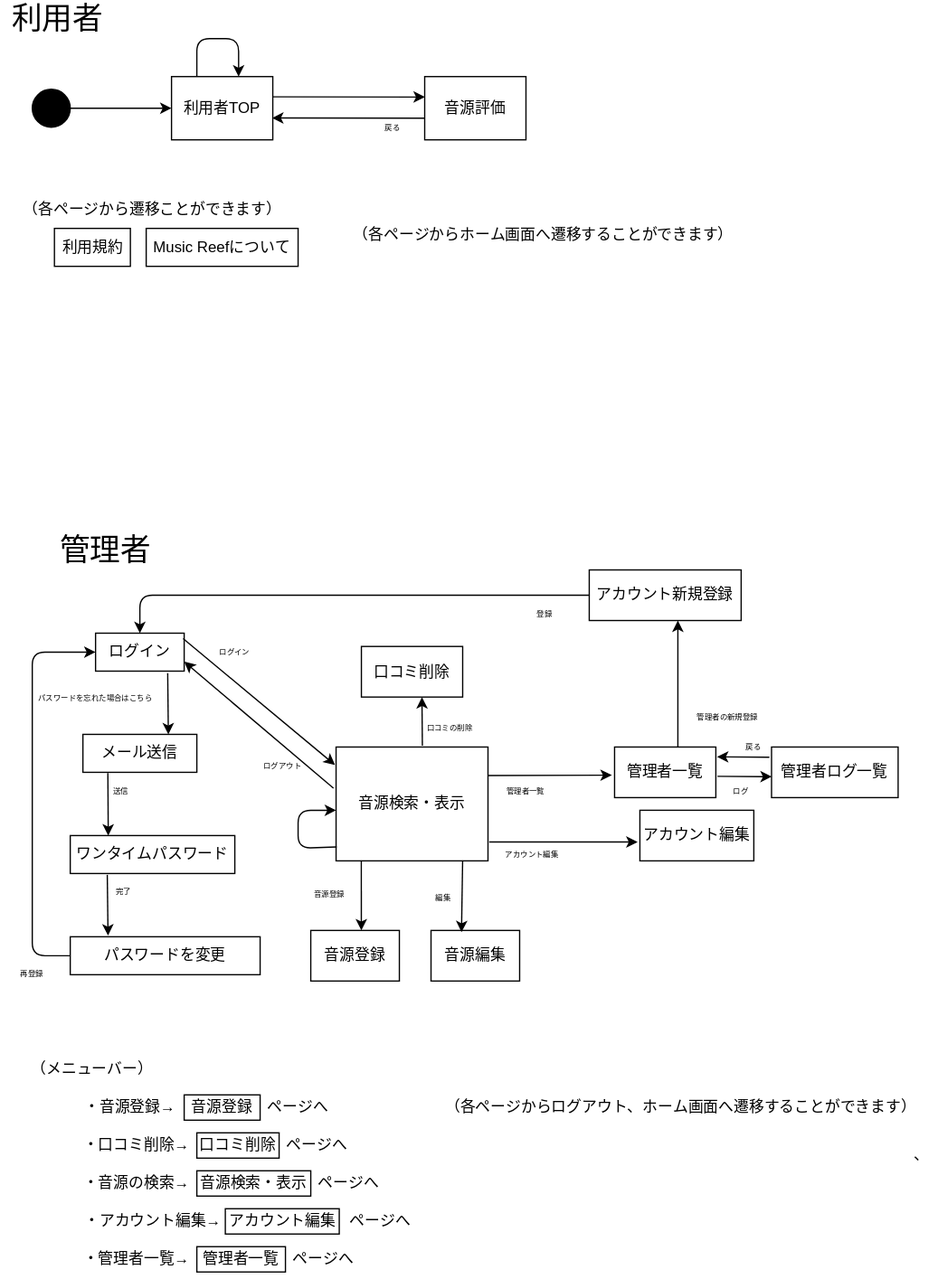
Before: ab.drawio.svg, a diagram exported from draw.io (IshiYoshi765/uml-introduction). Source tidied: cells renumbered, new cells last; positions are measured from the earlier drawing's top-left corner, leaving out a move shared by most shapes.
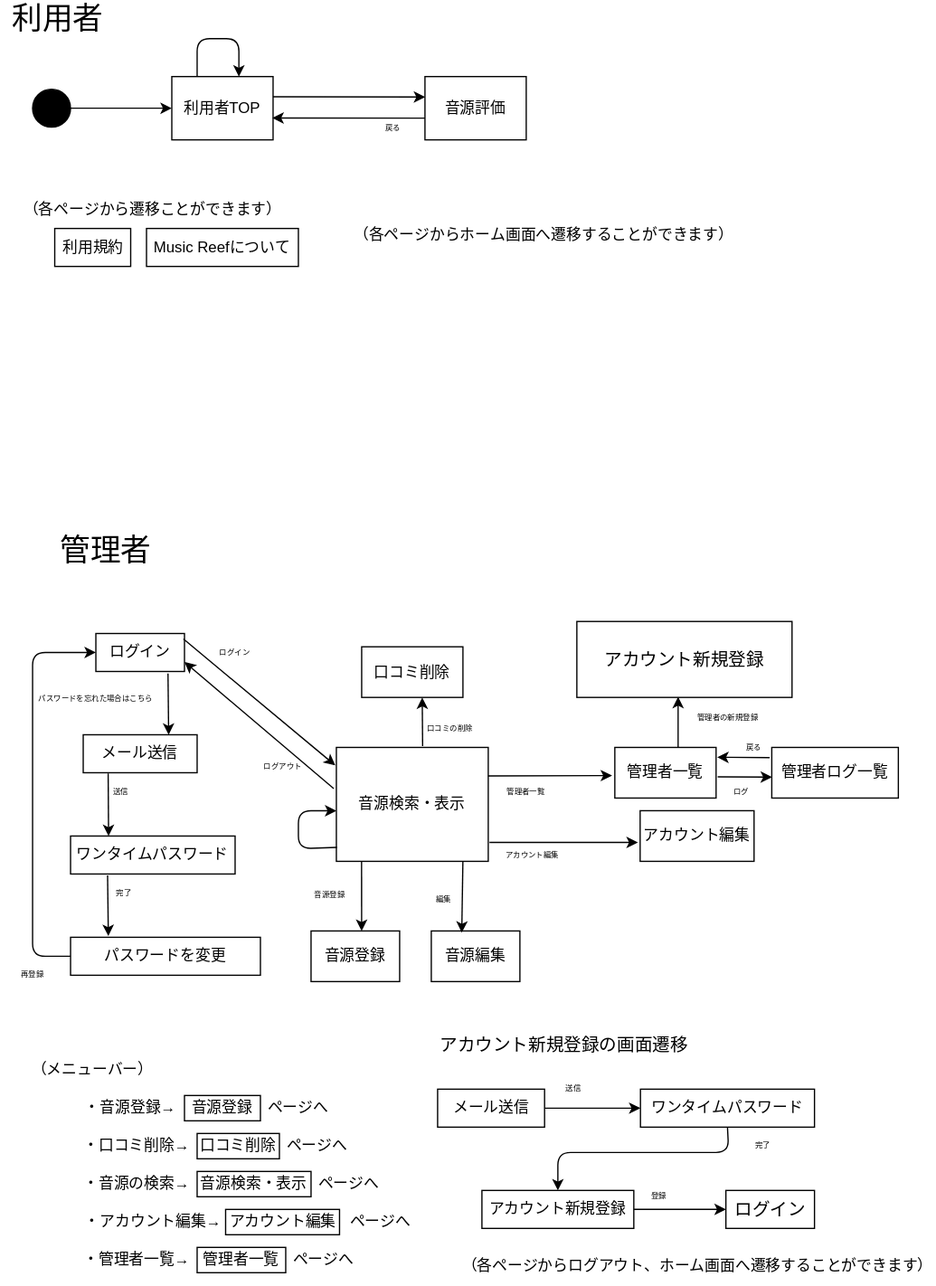
After the commit.

Commit message:
アカウント新規登録

Diff of the diagram source:
```diff
@@ -201,18 +201,12 @@
     <mxCell id="65" value="ページへ" style="text;html=1;strokeColor=none;fillColor=none;align=center;verticalAlign=middle;whiteSpace=wrap;rounded=0;fontSize=12;" parent="1" vertex="1">
       <mxGeometry x="225" y="985" width="60" height="20" as="geometry" />
     </mxCell>
-    <mxCell id="66" value="、" style="text;html=1;strokeColor=none;fillColor=none;align=center;verticalAlign=middle;whiteSpace=wrap;rounded=0;fontSize=12;" parent="1" vertex="1">
-      <mxGeometry x="715" y="900" width="25" height="25" as="geometry" />
-    </mxCell>
     <mxCell id="67" value="（各ページからログアウト、ホーム画面へ遷移することができます）" style="text;html=1;strokeColor=none;fillColor=none;align=center;verticalAlign=middle;whiteSpace=wrap;rounded=0;fontSize=12;" parent="1" vertex="1">
-      <mxGeometry x="350" y="860" width="375" height="30" as="geometry" />
+      <mxGeometry x="362.5" y="985" width="375" height="30" as="geometry" />
     </mxCell>
     <mxCell id="68" value="（各ページからホーム画面へ遷移することができます）" style="text;html=1;strokeColor=none;fillColor=none;align=center;verticalAlign=middle;whiteSpace=wrap;rounded=0;" parent="1" vertex="1">
       <mxGeometry x="263" y="170" width="332" height="30" as="geometry" />
     </mxCell>
-    <mxCell id="69" value="アカウント新規登録" style="rounded=0;whiteSpace=wrap;html=1;" parent="1" vertex="1">
-      <mxGeometry x="465" y="450" width="120" height="40" as="geometry" />
-    </mxCell>
     <mxCell id="70" style="endArrow=classic;html=1;exitX=1.008;exitY=0.834;exitDx=0;exitDy=0;exitPerimeter=0;entryX=-0.02;entryY=0.627;entryDx=0;entryDy=0;entryPerimeter=0;" parent="1" edge="1" source="11" target="14">
       <mxGeometry relative="1" as="geometry" />
     </mxCell>
@@ -222,19 +216,9 @@
     <mxCell id="72" style="endArrow=classic;html=1;fontSize=6;" parent="1" edge="1">
       <mxGeometry relative="1" as="geometry">
         <mxPoint x="535" y="590" as="sourcePoint" />
-        <mxPoint x="535" y="490" as="targetPoint" />
+        <mxPoint x="535" y="550" as="targetPoint" />
       </mxGeometry>
     </mxCell>
-    <mxCell id="73" style="endArrow=classic;html=1;fontSize=6;entryX=0.5;entryY=0;entryDx=0;entryDy=0;exitX=0;exitY=0.5;exitDx=0;exitDy=0;" parent="1" edge="1" source="69" target="10">
-      <mxGeometry relative="1" as="geometry">
-        <Array as="points">
-          <mxPoint x="110" y="470" />
-        </Array>
-      </mxGeometry>
-    </mxCell>
-    <mxCell id="74" value="登録" style="text;html=1;strokeColor=none;fillColor=none;align=center;verticalAlign=middle;whiteSpace=wrap;rounded=0;fontSize=6;" parent="1" vertex="1">
-      <mxGeometry x="400" y="470" width="60" height="30" as="geometry" />
-    </mxCell>
     <mxCell id="75" style="endArrow=classic;html=1;exitX=0.25;exitY=0;exitDx=0;exitDy=0;" parent="1" edge="1" source="2">
       <mxGeometry relative="1" as="geometry">
         <mxPoint x="188" y="60" as="targetPoint" />
@@ -252,5 +236,46 @@
         </Array>
       </mxGeometry>
     </mxCell>
+    <mxCell id="77" value="&lt;font style=&quot;font-size: 14px;&quot;&gt;アカウント新規登録の画面遷移&lt;/font&gt;" style="text;html=1;strokeColor=none;fillColor=none;align=center;verticalAlign=middle;whiteSpace=wrap;rounded=0;" parent="1" vertex="1">
+      <mxGeometry x="325" y="810" width="240" height="30" as="geometry" />
+    </mxCell>
+    <mxCell id="69" value="アカウント新規登録" style="rounded=0;whiteSpace=wrap;html=1;" parent="1" vertex="1">
+      <mxGeometry x="380" y="940" width="120" height="30" as="geometry" />
+    </mxCell>
+    <mxCell id="78" value="メール送信" style="rounded=0;whiteSpace=wrap;html=1;" parent="1" vertex="1">
+      <mxGeometry x="345" y="860" width="84.5" height="30" as="geometry" />
+    </mxCell>
+    <mxCell id="79" value="ワンタイムパスワード" style="rounded=0;whiteSpace=wrap;html=1;" parent="1" vertex="1">
+      <mxGeometry x="505.2" y="860" width="137.5" height="30" as="geometry" />
+    </mxCell>
+    <mxCell id="80" style="endArrow=classic;html=1;fontSize=14;exitX=1;exitY=0.5;exitDx=0;exitDy=0;entryX=0;entryY=0.5;entryDx=0;entryDy=0;" parent="1" edge="1" source="78" target="79">
+      <mxGeometry relative="1" as="geometry" />
+    </mxCell>
+    <mxCell id="81" style="endArrow=classic;html=1;fontSize=14;exitX=0.5;exitY=1;exitDx=0;exitDy=0;entryX=0.5;entryY=0;entryDx=0;entryDy=0;" parent="1" edge="1" source="79" target="69">
+      <mxGeometry relative="1" as="geometry">
+        <Array as="points">
+          <mxPoint x="575" y="910" />
+          <mxPoint x="440" y="910" />
+        </Array>
+      </mxGeometry>
+    </mxCell>
+    <mxCell id="82" style="endArrow=classic;html=1;fontSize=14;exitX=1;exitY=0.5;exitDx=0;exitDy=0;entryX=0;entryY=0.5;entryDx=0;entryDy=0;" parent="1" edge="1" source="69" target="83">
+      <mxGeometry relative="1" as="geometry" />
+    </mxCell>
+    <mxCell id="83" value="ログイン" style="rounded=0;whiteSpace=wrap;html=1;fontSize=14;" parent="1" vertex="1">
+      <mxGeometry x="572.8" y="940" width="70" height="30" as="geometry" />
+    </mxCell>
+    <mxCell id="84" value="送信" style="text;html=1;strokeColor=none;fillColor=none;align=center;verticalAlign=middle;whiteSpace=wrap;rounded=0;fontSize=6;" parent="1" vertex="1">
+      <mxGeometry x="440" y="855" width="25" height="10" as="geometry" />
+    </mxCell>
+    <mxCell id="85" value="完了" style="text;html=1;strokeColor=none;fillColor=none;align=center;verticalAlign=middle;whiteSpace=wrap;rounded=0;fontSize=6;" parent="1" vertex="1">
+      <mxGeometry x="587.5" y="900" width="27.5" height="10" as="geometry" />
+    </mxCell>
+    <mxCell id="74" value="登録" style="text;html=1;strokeColor=none;fillColor=none;align=center;verticalAlign=middle;whiteSpace=wrap;rounded=0;fontSize=6;" parent="1" vertex="1">
+      <mxGeometry x="505" y="940" width="30" height="10" as="geometry" />
+    </mxCell>
+    <mxCell id="86" value="アカウント新規登録" style="rounded=0;whiteSpace=wrap;html=1;fontSize=14;" parent="1" vertex="1">
+      <mxGeometry x="455" y="490.5" width="170" height="60" as="geometry" />
+    </mxCell>
   </root>
 </mxGraphModel>
```
